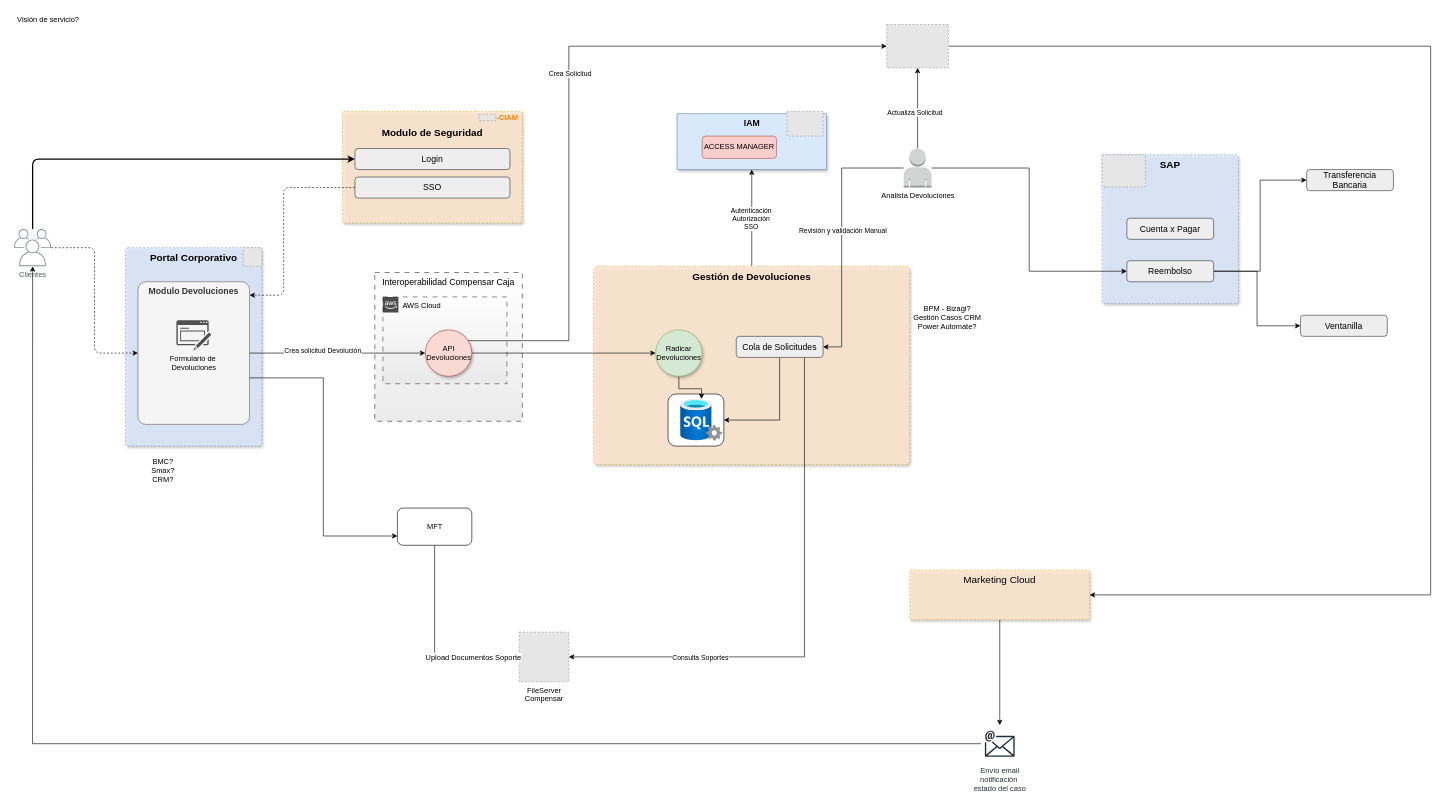
Above: page "Page-5" (4 of 6) of Devoluciones.drawio in carlosvalderrama1204/diagrams (draw.io), before the change. Source tidied: cells renumbered, new cells numbered last; positions are measured from the earlier drawing's top-left corner, leaving out a move shared by most shapes. Both pictures are drawn from the tidied source at 62%, with x=0, y=0 at pixel (11, 11). Pictures stored in the file or linked from it are replaced by grey dashed boxes.
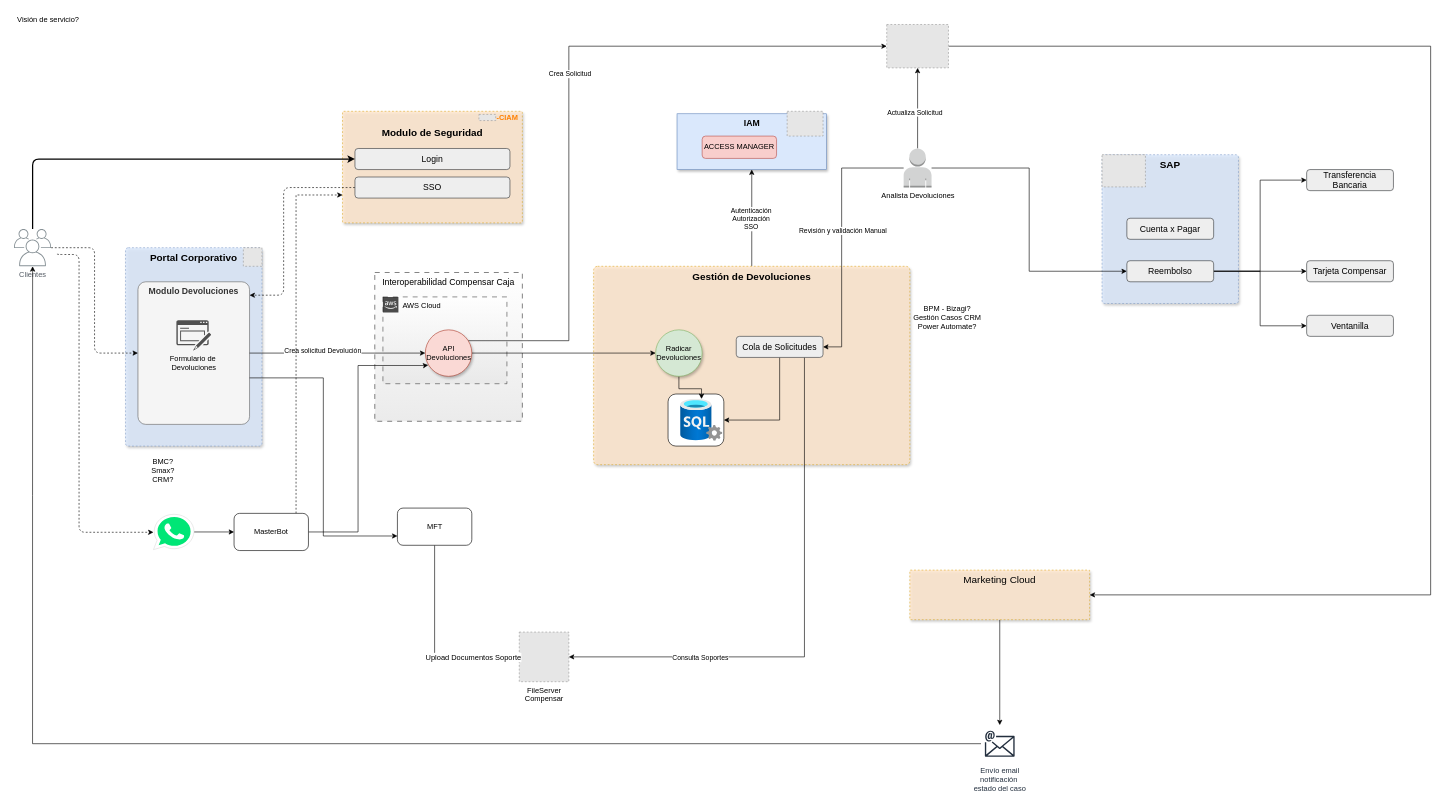
After the change.

Unchanged cells that the change refers to:
```xml
<mxCell id="8" value="&lt;b style=&quot;font-size: 16px;&quot;&gt;&lt;br&gt;Modulo de Seguridad&lt;/b&gt;" style="rounded=1;whiteSpace=wrap;html=1;dashed=1;fillColor=#ffe6cc;align=center;verticalAlign=top;strokeColor=#d79b00;opacity=80;arcSize=1;fontSize=16;shadow=1;" parent="1" vertex="1">
  <mxGeometry x="535" y="162" width="290" height="180" as="geometry" />
</mxCell>
<mxCell id="41" value="API Devoluciones" style="ellipse;whiteSpace=wrap;html=1;fillColor=#fad9d5;strokeColor=#ae4132;shadow=1;" parent="1" vertex="1">
  <mxGeometry x="668.5" y="514.5" width="75" height="75" as="geometry" />
</mxCell>
<mxCell id="50" value="Reembolso" style="rounded=1;whiteSpace=wrap;html=1;strokeColor=#36393d;fillColor=#eeeeee;fontSize=14;" parent="1" vertex="1">
  <mxGeometry x="1800" y="403" width="140" height="34" as="geometry" />
</mxCell>
```

The edit, as a diff of the source:
```diff
@@
+    <mxCell id="67" style="edgeStyle=orthogonalEdgeStyle;rounded=0;jettySize=auto;html=1;entryX=0;entryY=0.5;entryDx=0;entryDy=0;" parent="1" edge="1" source="50" target="74">
+      <mxGeometry relative="1" as="geometry" />
+    </mxCell>
@@
     <mxCell id="63" value="Ventanilla" style="rounded=1;whiteSpace=wrap;html=1;strokeColor=#36393d;fillColor=#eeeeee;fontSize=14;" parent="1" vertex="1">
-      <mxGeometry x="2080" y="491" width="140" height="34" as="geometry" />
+      <mxGeometry x="2090" y="491" width="140" height="34" as="geometry" />
     </mxCell>
@@
+    <mxCell id="68" style="edgeStyle=orthogonalEdgeStyle;rounded=0;jettySize=auto;html=1;entryX=0;entryY=0.5;entryDx=0;entryDy=0;" parent="1" edge="1" source="69" target="73">
+      <mxGeometry relative="1" as="geometry" />
+    </mxCell>
+    <mxCell id="69" style="dashed=0;outlineConnect=0;html=1;align=center;labelPosition=center;verticalLabelPosition=bottom;verticalAlign=top;shape=mxgraph.weblogos.whatsapp;fillColor=#00E676;strokeColor=#dddddd;" parent="1" vertex="1">
+      <mxGeometry x="230" y="812" width="65.4" height="57" as="geometry" />
+    </mxCell>
+    <mxCell id="70" style="edgeStyle=orthogonalEdgeStyle;rounded=1;jettySize=auto;html=1;dashed=1;" parent="1" edge="1" target="69">
+      <mxGeometry relative="1" as="geometry">
+        <mxPoint x="75" y="392" as="sourcePoint" />
+        <Array as="points">
+          <mxPoint x="110" y="393" />
+          <mxPoint x="110" y="841" />
+        </Array>
+      </mxGeometry>
+    </mxCell>
+    <mxCell id="71" style="edgeStyle=orthogonalEdgeStyle;rounded=0;jettySize=auto;html=1;entryX=0;entryY=0.75;entryDx=0;entryDy=0;dashed=1;" parent="1" edge="1" source="73" target="8">
+      <mxGeometry relative="1" as="geometry">
+        <Array as="points">
+          <mxPoint x="460" y="297" />
+        </Array>
+      </mxGeometry>
+    </mxCell>
+    <mxCell id="72" style="edgeStyle=orthogonalEdgeStyle;rounded=0;jettySize=auto;html=1;entryX=0.063;entryY=0.758;entryDx=0;entryDy=0;entryPerimeter=0;" parent="1" edge="1" source="73" target="41">
+      <mxGeometry relative="1" as="geometry">
+        <Array as="points">
+          <mxPoint x="560" y="841" />
+          <mxPoint x="560" y="572" />
+          <mxPoint x="668" y="572" />
+        </Array>
+      </mxGeometry>
+    </mxCell>
+    <mxCell id="73" value="MasterBot" style="rounded=1;whiteSpace=wrap;html=1;" parent="1" vertex="1">
+      <mxGeometry x="360" y="810.5" width="120" height="60" as="geometry" />
+    </mxCell>
+    <mxCell id="74" value="Tarjeta Compensar" style="rounded=1;whiteSpace=wrap;html=1;strokeColor=#36393d;fillColor=#eeeeee;fontSize=14;" parent="1" vertex="1">
+      <mxGeometry x="2090" y="403" width="140" height="34" as="geometry" />
+    </mxCell>
```
